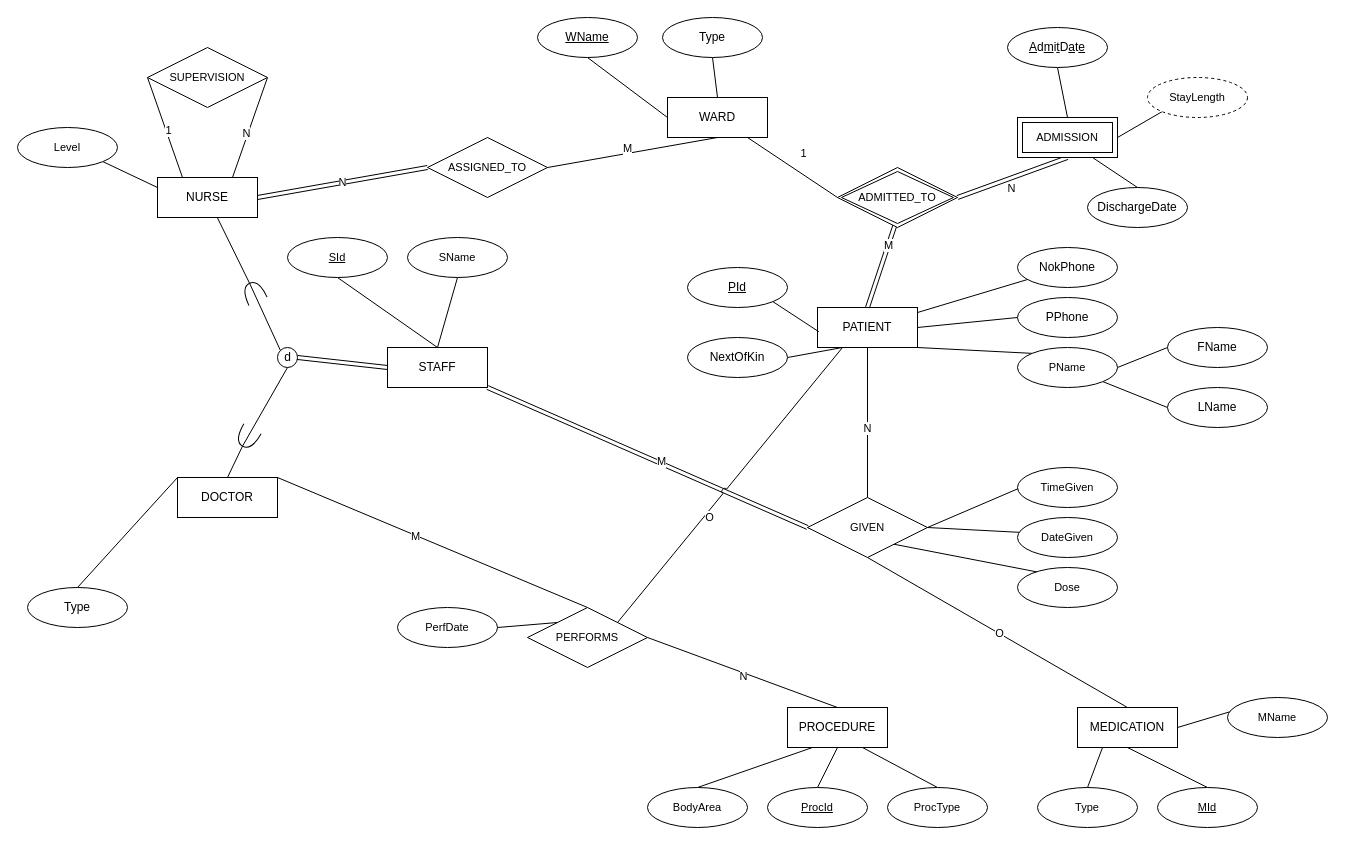
Before: Untitled Diagram.drawio in alexwhite1995/Assignments, a draw.io diagram. Source tidied: cells renumbered, new cells numbered last; positions are measured from the earlier drawing's top-left corner, leaving out a move shared by most shapes. Both pictures are drawn from the tidied source at 100%, with x=0, y=0 at pixel (17, 17).
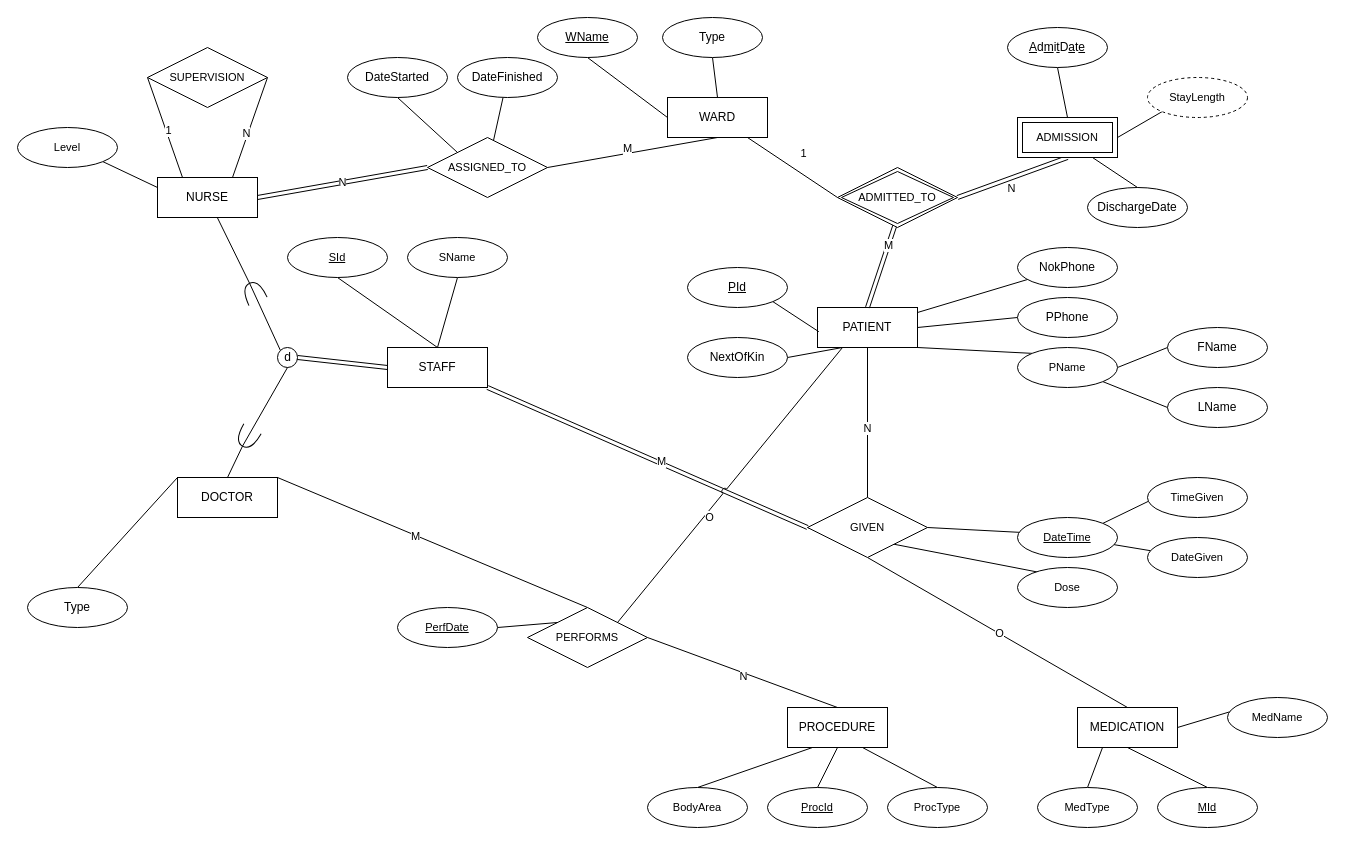
After the change.

Unchanged cells that the change refers to:
```xml
<mxCell id="59" value="ASSIGNED_TO" style="shape=rhombus;perimeter=rhombusPerimeter;whiteSpace=wrap;html=1;align=center;fontFamily=Helvetica;fontSize=11;fontColor=default;labelBackgroundColor=default;" parent="1" vertex="1">
  <mxGeometry x="410" y="120" width="120" height="60" as="geometry" />
</mxCell>
<mxCell id="65" value="GIVEN" style="shape=rhombus;perimeter=rhombusPerimeter;whiteSpace=wrap;html=1;align=center;fontFamily=Helvetica;fontSize=11;fontColor=default;labelBackgroundColor=default;" parent="1" vertex="1">
  <mxGeometry x="790" y="480" width="120" height="60" as="geometry" />
</mxCell>
```

Diff of the diagram source:
```diff
@@
+    <mxCell id="100" style="edgeStyle=none;rounded=0;jettySize=auto;html=1;exitX=0;exitY=0;exitDx=0;exitDy=0;entryX=0.5;entryY=1;entryDx=0;entryDy=0;strokeColor=default;align=center;verticalAlign=middle;fontFamily=Helvetica;fontSize=11;fontColor=default;labelBackgroundColor=default;endArrow=none;endFill=0;" parent="1" edge="1" source="59" target="101">
+      <mxGeometry relative="1" as="geometry" />
+    </mxCell>
@@
-    <mxCell id="64" style="edgeStyle=none;rounded=0;jettySize=auto;html=1;exitX=1;exitY=0.5;exitDx=0;exitDy=0;entryX=0.5;entryY=0;entryDx=0;entryDy=0;strokeColor=default;align=center;verticalAlign=middle;fontFamily=Helvetica;fontSize=11;fontColor=default;labelBackgroundColor=default;endArrow=none;endFill=0;" parent="1" edge="1" source="65" target="69">
+    <mxCell id="64" style="edgeStyle=none;rounded=0;jettySize=auto;html=1;exitX=1;exitY=0;exitDx=0;exitDy=0;entryX=0.5;entryY=0;entryDx=0;entryDy=0;strokeColor=default;align=center;verticalAlign=middle;fontFamily=Helvetica;fontSize=11;fontColor=default;labelBackgroundColor=default;endArrow=none;endFill=0;" parent="1" edge="1" source="68" target="69">
       <mxGeometry relative="1" as="geometry" />
     </mxCell>
@@
-    <mxCell id="68" value="DateGiven" style="ellipse;whiteSpace=wrap;html=1;align=center;fontFamily=Helvetica;fontSize=11;fontColor=default;labelBackgroundColor=default;" parent="1" vertex="1">
+    <mxCell id="68" value="&lt;u&gt;DateTime&lt;/u&gt;" style="ellipse;whiteSpace=wrap;html=1;align=center;fontFamily=Helvetica;fontSize=11;fontColor=default;labelBackgroundColor=default;" parent="1" vertex="1">
       <mxGeometry x="1000" y="500" width="100" height="40" as="geometry" />
     </mxCell>
     <mxCell id="69" value="TimeGiven" style="ellipse;whiteSpace=wrap;html=1;align=center;fontFamily=Helvetica;fontSize=11;fontColor=default;labelBackgroundColor=default;" parent="1" vertex="1">
-      <mxGeometry x="1000" y="450" width="100" height="40" as="geometry" />
+      <mxGeometry x="1130" y="460" width="100" height="40" as="geometry" />
     </mxCell>
@@
-    <mxCell id="77" value="MName" style="ellipse;whiteSpace=wrap;html=1;align=center;fontFamily=Helvetica;fontSize=11;fontColor=default;labelBackgroundColor=default;" parent="1" vertex="1">
+    <mxCell id="77" value="MedName" style="ellipse;whiteSpace=wrap;html=1;align=center;fontFamily=Helvetica;fontSize=11;fontColor=default;labelBackgroundColor=default;" parent="1" vertex="1">
       <mxGeometry x="1210" y="680" width="100" height="40" as="geometry" />
     </mxCell>
@@
-    <mxCell id="79" value="Type" style="ellipse;whiteSpace=wrap;html=1;align=center;fontFamily=Helvetica;fontSize=11;fontColor=default;labelBackgroundColor=default;" parent="1" vertex="1">
+    <mxCell id="79" value="MedType" style="ellipse;whiteSpace=wrap;html=1;align=center;fontFamily=Helvetica;fontSize=11;fontColor=default;labelBackgroundColor=default;" parent="1" vertex="1">
       <mxGeometry x="1020" y="770" width="100" height="40" as="geometry" />
     </mxCell>
@@
-    <mxCell id="87" value="PerfDate" style="ellipse;whiteSpace=wrap;html=1;align=center;fontFamily=Helvetica;fontSize=11;fontColor=default;labelBackgroundColor=default;" parent="1" vertex="1">
+    <mxCell id="87" value="&lt;u&gt;PerfDate&lt;/u&gt;" style="ellipse;whiteSpace=wrap;html=1;align=center;fontFamily=Helvetica;fontSize=11;fontColor=default;labelBackgroundColor=default;" parent="1" vertex="1">
       <mxGeometry x="380" y="590" width="100" height="40" as="geometry" />
     </mxCell>
@@
+    <mxCell id="101" value="DateStarted" style="ellipse;whiteSpace=wrap;html=1;align=center;" parent="1" vertex="1">
+      <mxGeometry x="330" y="40" width="100" height="40" as="geometry" />
+    </mxCell>
+    <mxCell id="102" style="edgeStyle=none;rounded=0;jettySize=auto;html=1;strokeColor=default;align=center;verticalAlign=middle;fontFamily=Helvetica;fontSize=11;fontColor=default;labelBackgroundColor=default;endArrow=none;endFill=0;" parent="1" edge="1" source="103" target="59">
+      <mxGeometry relative="1" as="geometry" />
+    </mxCell>
+    <mxCell id="103" value="DateFinished" style="ellipse;whiteSpace=wrap;html=1;align=center;" parent="1" vertex="1">
+      <mxGeometry x="440" y="40" width="100" height="40" as="geometry" />
+    </mxCell>
+    <mxCell id="104" style="edgeStyle=none;rounded=0;jettySize=auto;html=1;strokeColor=default;align=center;verticalAlign=middle;fontFamily=Helvetica;fontSize=11;fontColor=default;labelBackgroundColor=default;endArrow=none;endFill=0;" parent="1" edge="1" source="105" target="68">
+      <mxGeometry relative="1" as="geometry" />
+    </mxCell>
+    <mxCell id="105" value="DateGiven" style="ellipse;whiteSpace=wrap;html=1;align=center;fontFamily=Helvetica;fontSize=11;fontColor=default;labelBackgroundColor=default;" parent="1" vertex="1">
+      <mxGeometry x="1130" y="520" width="100" height="40" as="geometry" />
+    </mxCell>
```
